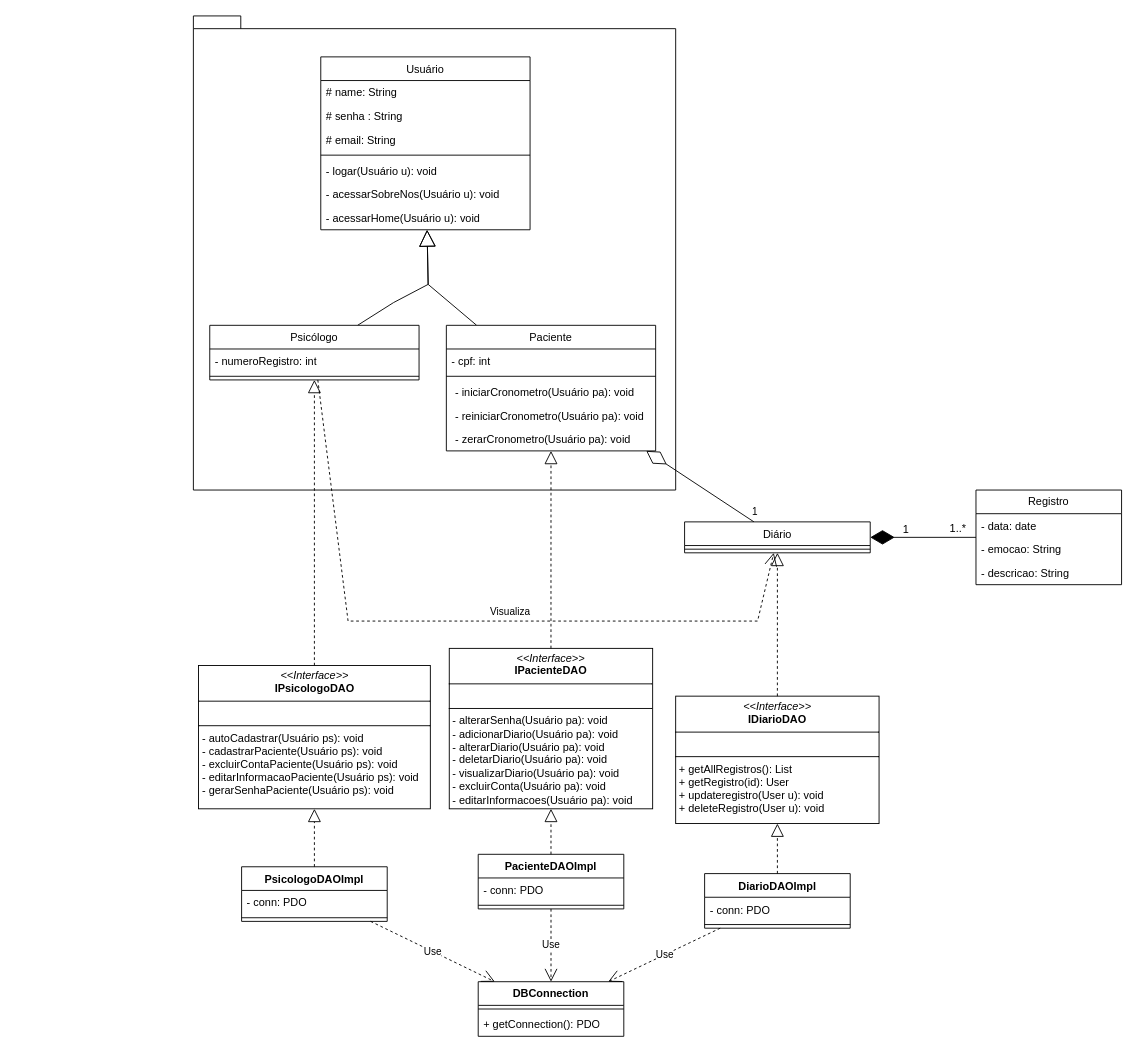
Earlier version of the draw.io diagram InterfaceMyPeace.drawio (RebecaVieiraM/Diagramas). Source tidied: cells renumbered, new cells numbered last; positions are measured from the earlier drawing's top-left corner, leaving out a move shared by most shapes. Both pictures are drawn from the tidied source at 91%, with x=0, y=0 at pixel (193, 15).
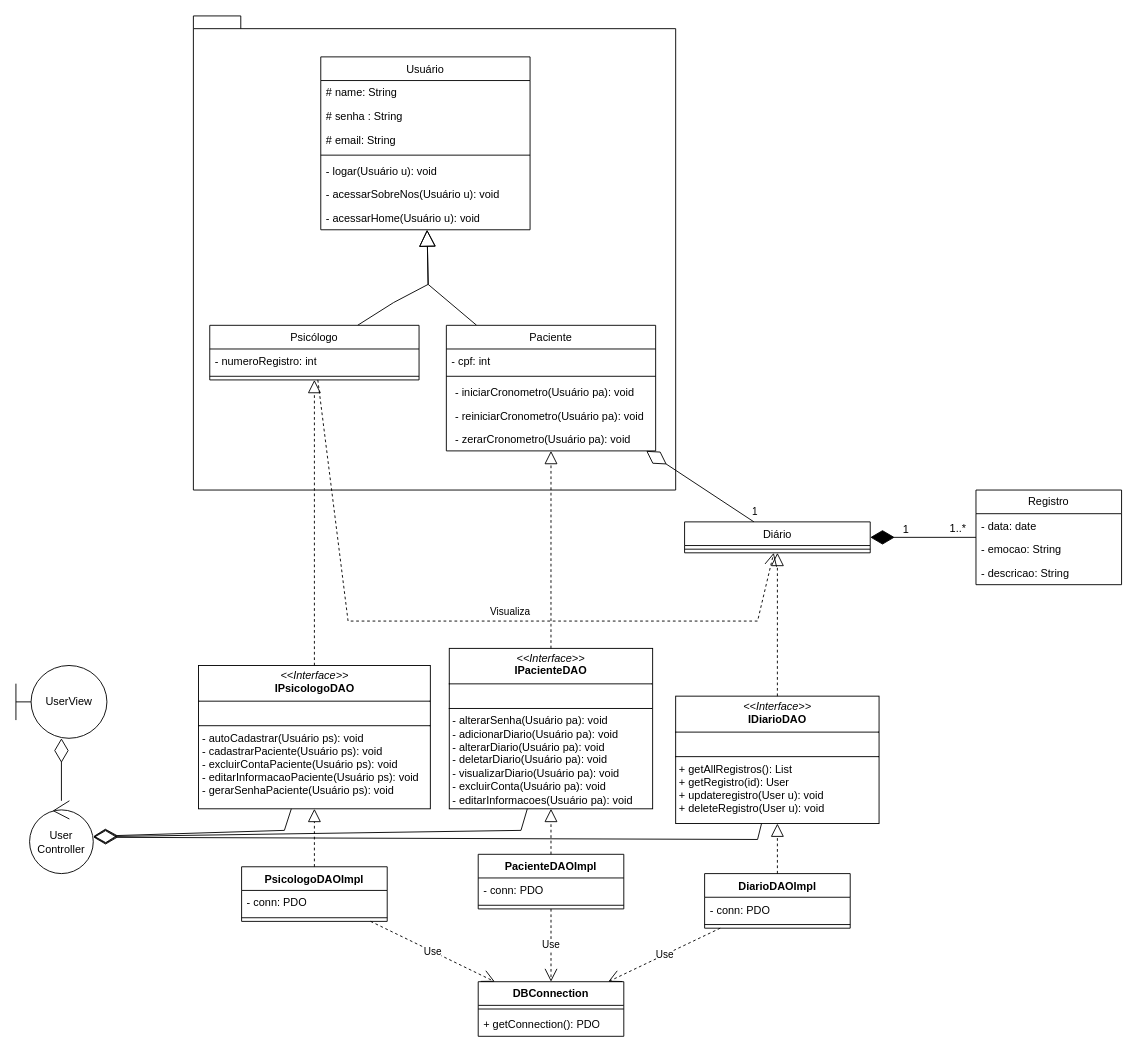
The same diagram, later.

The change refers to these unchanged cells:
```xml
<mxCell id="40" value="&lt;p style=&quot;margin:0px;margin-top:4px;text-align:center;&quot;&gt;&lt;i&gt;&amp;lt;&amp;lt;Interface&amp;gt;&amp;gt;&lt;/i&gt;&lt;br&gt;&lt;b&gt;IPsicologoDAO&lt;/b&gt;&lt;/p&gt;&lt;hr size=&quot;1&quot; style=&quot;border-style:solid;&quot;&gt;&lt;p style=&quot;margin:0px;margin-left:4px;&quot;&gt;&lt;br&gt;&lt;/p&gt;&lt;hr size=&quot;1&quot; style=&quot;border-style:solid;&quot;&gt;&lt;p style=&quot;margin:0px;margin-left:4px;&quot;&gt;- autoCadastrar(Usuário ps): void&lt;br&gt;&lt;/p&gt;&lt;p style=&quot;margin:0px;margin-left:4px;&quot;&gt;- cadastrarPaciente(Usuário ps): void&lt;br&gt;&lt;/p&gt;&lt;p style=&quot;margin:0px;margin-left:4px;&quot;&gt;&lt;span style=&quot;background-color: initial;&quot;&gt;- excluirContaPaciente(Usuário ps): void&lt;/span&gt;&lt;br&gt;&lt;/p&gt;&lt;p style=&quot;margin:0px;margin-left:4px;&quot;&gt;- editarInformacaoPaciente(Usuário ps): void&lt;span style=&quot;background-color: initial;&quot;&gt;&lt;br&gt;&lt;/span&gt;&lt;/p&gt;&lt;p style=&quot;margin:0px;margin-left:4px;&quot;&gt;- gerarSenhaPaciente(Usuário ps): void&lt;br&gt;&lt;/p&gt;" style="verticalAlign=top;align=left;overflow=fill;html=1;whiteSpace=wrap;" parent="1" vertex="1">
  <mxGeometry x="5.6" y="713.8" width="254.8" height="157.5" as="geometry" />
</mxCell>
<mxCell id="43" value="&lt;p style=&quot;margin:0px;margin-top:4px;text-align:center;&quot;&gt;&lt;i&gt;&amp;lt;&amp;lt;Interface&amp;gt;&amp;gt;&lt;/i&gt;&lt;br&gt;&lt;b&gt;IPacienteDAO&lt;/b&gt;&lt;/p&gt;&lt;hr size=&quot;1&quot; style=&quot;border-style:solid;&quot;&gt;&lt;p style=&quot;margin:0px;margin-left:4px;&quot;&gt;&lt;br&gt;&lt;/p&gt;&lt;hr size=&quot;1&quot; style=&quot;border-style:solid;&quot;&gt;&lt;p style=&quot;margin:0px;margin-left:4px;&quot;&gt;&lt;span style=&quot;background-color: initial;&quot;&gt;- alterarSenha(Usuário pa): void&lt;/span&gt;&lt;/p&gt;&lt;p style=&quot;margin:0px;margin-left:4px;&quot;&gt;&lt;span style=&quot;background-color: initial;&quot;&gt;- adicionarDiario(Usuário pa): void&lt;/span&gt;&lt;/p&gt;&lt;p style=&quot;margin:0px;margin-left:4px;&quot;&gt;- alterarDiario(Usuário pa): void&lt;br&gt;&lt;/p&gt;&lt;p style=&quot;margin:0px;margin-left:4px;&quot;&gt;- deletarDiario(Usuário pa): void&lt;br&gt;&lt;/p&gt;&lt;p style=&quot;margin:0px;margin-left:4px;&quot;&gt;- visualizarDiario(Usuário pa): void&lt;br&gt;&lt;/p&gt;&lt;p style=&quot;margin:0px;margin-left:4px;&quot;&gt;- excluirConta(Usuário pa): void&lt;br&gt;&lt;/p&gt;&lt;p style=&quot;margin:0px;margin-left:4px;&quot;&gt;- editarInformacoes(Usuário pa): void&lt;br&gt;&lt;/p&gt;" style="verticalAlign=top;align=left;overflow=fill;html=1;whiteSpace=wrap;" parent="1" vertex="1">
  <mxGeometry x="281.2" y="695" width="223.5" height="176.3" as="geometry" />
</mxCell>
<mxCell id="50" value="&lt;p style=&quot;margin:0px;margin-top:4px;text-align:center;&quot;&gt;&lt;i&gt;&amp;lt;&amp;lt;Interface&amp;gt;&amp;gt;&lt;/i&gt;&lt;br&gt;&lt;b&gt;IDiarioDAO&lt;/b&gt;&lt;/p&gt;&lt;hr size=&quot;1&quot; style=&quot;border-style:solid;&quot;&gt;&lt;p style=&quot;margin:0px;margin-left:4px;&quot;&gt;&lt;br&gt;&lt;/p&gt;&lt;hr size=&quot;1&quot; style=&quot;border-style:solid;&quot;&gt;&lt;p style=&quot;margin: 0px 0px 0px 4px;&quot;&gt;+ getAllRegistros(): List&amp;nbsp;&lt;/p&gt;&lt;p style=&quot;margin: 0px 0px 0px 4px;&quot;&gt;+ getRegistro(id): User&amp;nbsp;&lt;/p&gt;&lt;p style=&quot;margin: 0px 0px 0px 4px;&quot;&gt;+ updateregistro(User u): void&amp;nbsp;&lt;/p&gt;&lt;p style=&quot;margin: 0px 0px 0px 4px;&quot;&gt;+ deleteRegistro(User u): void&lt;/p&gt;" style="verticalAlign=top;align=left;overflow=fill;html=1;whiteSpace=wrap;" parent="1" vertex="1">
  <mxGeometry x="530" y="747.5" width="223.5" height="140" as="geometry" />
</mxCell>
```

What changed in the source:
```diff
@@
+    <mxCell id="58" value="User Controller" style="ellipse;shape=umlControl;whiteSpace=wrap;html=1;" parent="1" vertex="1">
+      <mxGeometry x="-180" y="862.5" width="70" height="80" as="geometry" />
+    </mxCell>
+    <mxCell id="59" style="endArrow=diamondThin;endFill=0;endSize=24;html=1;rounded=0;" parent="1" edge="1" source="50" target="58">
+      <mxGeometry relative="1" as="geometry">
+        <Array as="points">
+          <mxPoint x="620" y="905" />
+        </Array>
+      </mxGeometry>
+    </mxCell>
+    <mxCell id="60" value="UserView" style="shape=umlBoundary;whiteSpace=wrap;html=1;" parent="1" vertex="1">
+      <mxGeometry x="-195" y="713.8" width="100" height="80" as="geometry" />
+    </mxCell>
+    <mxCell id="61" style="endArrow=diamondThin;endFill=0;endSize=24;html=1;rounded=0;" parent="1" edge="1" source="58" target="60">
+      <mxGeometry relative="1" as="geometry" />
+    </mxCell>
+    <mxCell id="62" style="endArrow=diamondThin;endFill=0;endSize=24;html=1;rounded=0;" parent="1" edge="1" source="43" target="58">
+      <mxGeometry relative="1" as="geometry">
+        <Array as="points">
+          <mxPoint x="360" y="895" />
+        </Array>
+      </mxGeometry>
+    </mxCell>
+    <mxCell id="63" style="endArrow=diamondThin;endFill=0;endSize=24;html=1;rounded=0;" parent="1" edge="1" source="40" target="58">
+      <mxGeometry relative="1" as="geometry">
+        <Array as="points">
+          <mxPoint x="100" y="895" />
+        </Array>
+      </mxGeometry>
+    </mxCell>
```
